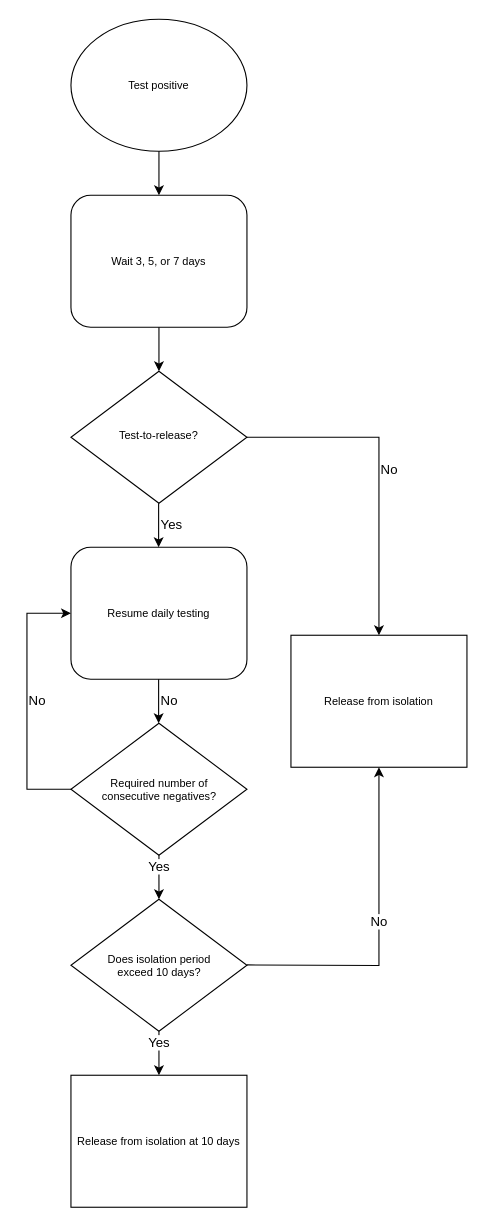
The draw.io diagram flowchart.drawio in bquilty25/daily_testing, before the edit. Source tidied: cells renumbered, new cells numbered last; positions are measured from the earlier drawing's top-left corner, leaving out a move shared by most shapes. Both pictures are drawn from the tidied source at 110%, with x=0, y=0 at pixel (26, 19).
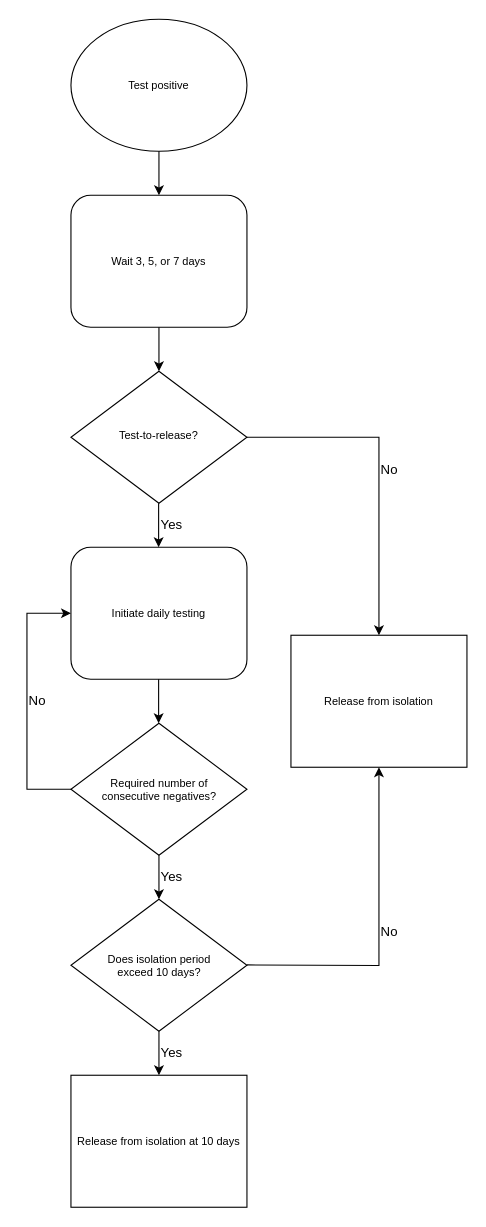
The same diagram, later.

Unchanged cells that the change refers to:
```xml
<mxCell id="6" value="Release from isolation" style="rounded=0;whiteSpace=wrap;html=1;fontSize=10;" parent="1" vertex="1">
  <mxGeometry x="240" y="560" width="160" height="120" as="geometry" />
</mxCell>
<mxCell id="8" value="Does isolation period &lt;br&gt;exceed 10 days?" style="rhombus;html=1;fontSize=10;" parent="1" vertex="1">
  <mxGeometry x="40" y="800" width="160" height="120" as="geometry" />
</mxCell>
<mxCell id="9" value="Release from isolation at 10 days" style="rounded=0;whiteSpace=wrap;html=1;fontSize=10;" parent="1" vertex="1">
  <mxGeometry x="40" y="960" width="160" height="120" as="geometry" />
</mxCell>
<mxCell id="10" value="&lt;font style=&quot;font-size: 10px&quot;&gt;Required number of &lt;br&gt;consecutive negatives?&lt;/font&gt;" style="rhombus;html=1;fontSize=10;" parent="1" vertex="1">
  <mxGeometry x="40" y="640" width="160" height="120" as="geometry" />
</mxCell>
```

The edit, as a diff of the source:
```diff
@@
-    <mxCell id="5" value="&lt;font style=&quot;font-size: 10px&quot;&gt;Resume daily testing&lt;/font&gt;" style="rounded=1;whiteSpace=wrap;html=1;fontSize=10;" parent="1" vertex="1">
+    <mxCell id="5" value="&lt;font style=&quot;font-size: 10px&quot;&gt;Initiate daily testing&lt;/font&gt;" style="rounded=1;whiteSpace=wrap;html=1;fontSize=10;" parent="1" vertex="1">
       <mxGeometry x="40" y="480" width="160" height="120" as="geometry" />
     </mxCell>
@@
-    <mxCell id="7" value="Yes" style="edgeStyle=orthogonalEdgeStyle;rounded=0;jettySize=auto;html=1;fontSize=12;labelPosition=center;verticalLabelPosition=top;align=center;verticalAlign=bottom;exitX=0.5;exitY=1;exitDx=0;exitDy=0;entryX=0.5;entryY=0;entryDx=0;entryDy=0;" parent="1" edge="1" source="8" target="9">
+    <mxCell id="7" value="Yes" style="edgeStyle=orthogonalEdgeStyle;rounded=0;jettySize=auto;html=1;fontSize=12;labelPosition=right;verticalLabelPosition=middle;align=left;verticalAlign=middle;exitX=0.5;exitY=1;exitDx=0;exitDy=0;entryX=0.5;entryY=0;entryDx=0;entryDy=0;" parent="1" edge="1" source="8" target="9">
       <mxGeometry relative="1" as="geometry">
         <Array as="points">
           <mxPoint x="120" y="960" />
         </Array>
       </mxGeometry>
     </mxCell>
@@
-    <mxCell id="15" value="No" style="endArrow=classic;html=1;rounded=0;fontSize=12;exitX=0.5;exitY=1;exitDx=0;exitDy=0;entryX=0.5;entryY=0;entryDx=0;entryDy=0;labelPosition=right;verticalLabelPosition=middle;align=left;verticalAlign=middle;" parent="1" edge="1">
+    <mxCell id="15" style="endArrow=classic;html=1;rounded=0;fontSize=12;exitX=0.5;exitY=1;exitDx=0;exitDy=0;entryX=0.5;entryY=0;entryDx=0;entryDy=0;labelPosition=right;verticalLabelPosition=middle;align=left;verticalAlign=middle;" parent="1" edge="1">
       <mxGeometry relative="1" as="geometry">
         <mxPoint x="119.7" y="600" as="sourcePoint" />
         <mxPoint x="119.7" y="640" as="targetPoint" />
       </mxGeometry>
     </mxCell>
-    <mxCell id="16" value="Yes" style="endArrow=classic;html=1;rounded=0;fontSize=12;entryX=0.5;entryY=0;entryDx=0;entryDy=0;labelPosition=center;verticalLabelPosition=top;align=center;verticalAlign=bottom;exitX=0.5;exitY=1;exitDx=0;exitDy=0;" parent="1" edge="1" source="10" target="8">
+    <mxCell id="16" value="Yes" style="endArrow=classic;html=1;rounded=0;fontSize=12;entryX=0.5;entryY=0;entryDx=0;entryDy=0;labelPosition=right;verticalLabelPosition=middle;align=left;verticalAlign=middle;exitX=0.5;exitY=1;exitDx=0;exitDy=0;" parent="1" edge="1" source="10" target="8">
       <mxGeometry relative="1" as="geometry" />
     </mxCell>
@@
-    <mxCell id="18" value="No" style="endArrow=classic;html=1;rounded=0;fontSize=12;entryX=0.5;entryY=1;entryDx=0;entryDy=0;labelPosition=center;verticalLabelPosition=top;align=center;verticalAlign=bottom;edgeStyle=orthogonalEdgeStyle;" parent="1" edge="1" target="6">
+    <mxCell id="18" value="No" style="endArrow=classic;html=1;rounded=0;fontSize=12;entryX=0.5;entryY=1;entryDx=0;entryDy=0;labelPosition=right;verticalLabelPosition=middle;align=left;verticalAlign=middle;edgeStyle=orthogonalEdgeStyle;" parent="1" edge="1" target="6">
       <mxGeometry relative="1" as="geometry">
         <mxPoint x="200" y="859.7" as="sourcePoint" />
       </mxGeometry>
     </mxCell>
```
